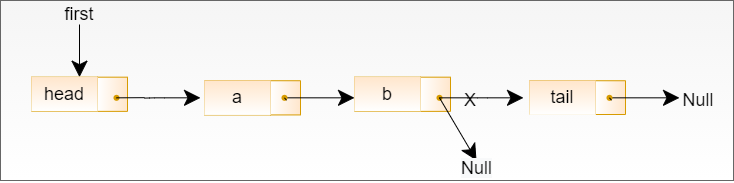
Earlier version of the draw.io export imgs/漫谈链表5.png (xlcoding/ImageHost). Source tidied: cells renumbered, new cells last; positions are measured from the earlier drawing's top-left corner, leaving out a move shared by most shapes. The source it was exported from:
```xml
<mxGraphModel>
  <root>
    <mxCell id="0" />
    <mxCell id="1" parent="0" />
    <mxCell id="2" style="rounded=0;whiteSpace=wrap;html=1;hachureGap=4;fillColor=#f5f5f5;strokeColor=#666666;fontColor=#333333;gradientColor=#ffffff;" parent="1" vertex="1">
      <mxGeometry width="733" height="180" as="geometry" />
    </mxCell>
    <mxCell id="3" style="shape=table;startSize=30;fontStyle=1;align=center;hachureGap=4;flipV=0;flipH=0;direction=south;fillColor=#ffe6cc;strokeColor=#d79b00;gradientColor=#ffffff;" parent="1" vertex="1">
      <mxGeometry x="31" y="76.7" width="96" height="34.2" as="geometry" />
    </mxCell>
    <mxCell id="4" style="shape=partialRectangle;html=1;whiteSpace=wrap;fillColor=#ffe6cc;top=0;left=0;bottom=0;right=0;flipV=0;flipH=0;strokeColor=#d79b00;gradientColor=#ffffff;" parent="3" vertex="1">
      <mxGeometry width="66" height="34" as="geometry" />
    </mxCell>
    <mxCell id="5" value="&lt;font style=&quot;font-size: 18px&quot;&gt;head&lt;/font&gt;" style="shape=partialRectangle;html=1;whiteSpace=wrap;fillColor=#ffe6cc;top=0;left=0;bottom=0;right=0;overflow=hidden;flipV=0;flipH=0;strokeColor=#d79b00;gradientColor=#ffffff;" parent="4" vertex="1">
      <mxGeometry width="66" height="34" as="geometry" />
    </mxCell>
    <mxCell id="6" style="shape=waypoint;sketch=0;fillStyle=solid;size=6;points=[];fillColor=#ffe6cc;perimeter=centerPerimeter;snapToPoint=1;hachureGap=4;strokeColor=#d79b00;gradientColor=#ffffff;" parent="1" vertex="1">
      <mxGeometry x="96" y="77.3" width="40" height="40" as="geometry" />
    </mxCell>
    <mxCell id="7" style="shape=waypoint;sketch=0;fillStyle=solid;size=6;fillColor=#ffe6cc;perimeter=centerPerimeter;hachureGap=4;strokeColor=#d79b00;gradientColor=#ffffff;" parent="1" vertex="1">
      <mxGeometry x="260" y="77.3" width="40" height="40" as="geometry" />
    </mxCell>
    <mxCell id="8" style="endArrow=classic;html=1;startSize=14;endSize=14;targetPerimeterSpacing=8;startArrow=none;" parent="1" edge="1">
      <mxGeometry relative="1" as="geometry">
        <mxPoint x="144" y="97.6" as="sourcePoint" />
        <mxPoint x="200" y="97.3" as="targetPoint" />
        <Array as="points">
          <mxPoint x="154" y="97.3" />
        </Array>
      </mxGeometry>
    </mxCell>
    <mxCell id="9" value="&lt;span style=&quot;font-size: 18px&quot;&gt;Null&lt;/span&gt;" style="text;html=1;strokeColor=none;fillColor=none;align=center;verticalAlign=middle;whiteSpace=wrap;rounded=0;hachureGap=4;" parent="1" vertex="1">
      <mxGeometry x="678" y="90.1" width="40" height="20" as="geometry" />
    </mxCell>
    <mxCell id="10" style="shape=table;startSize=30;fontStyle=1;align=center;hachureGap=4;flipV=0;flipH=0;direction=south;fillColor=#ffe6cc;strokeColor=#d79b00;gradientColor=#ffffff;" parent="1" vertex="1">
      <mxGeometry x="204" y="80.2" width="96" height="34.2" as="geometry" />
    </mxCell>
    <mxCell id="11" style="shape=partialRectangle;html=1;whiteSpace=wrap;fillColor=#ffe6cc;top=0;left=0;bottom=0;right=0;flipV=0;flipH=0;strokeColor=#d79b00;gradientColor=#ffffff;" parent="10" vertex="1">
      <mxGeometry width="66" height="34" as="geometry" />
    </mxCell>
    <mxCell id="12" value="&lt;font style=&quot;font-size: 18px&quot;&gt;a&lt;/font&gt;" style="shape=partialRectangle;html=1;whiteSpace=wrap;fillColor=#ffe6cc;top=0;left=0;bottom=0;right=0;overflow=hidden;flipV=0;flipH=0;strokeColor=#d79b00;gradientColor=#ffffff;" parent="11" vertex="1">
      <mxGeometry width="66" height="34" as="geometry" />
    </mxCell>
    <mxCell id="13" style="endArrow=classic;html=1;startSize=14;endSize=14;targetPerimeterSpacing=8;startArrow=none;" parent="1" edge="1" source="14">
      <mxGeometry relative="1" as="geometry">
        <mxPoint x="354" y="97.3" as="targetPoint" />
      </mxGeometry>
    </mxCell>
    <mxCell id="14" style="shape=waypoint;sketch=0;fillStyle=solid;size=6;points=[];fillColor=#ffe6cc;perimeter=centerPerimeter;snapToPoint=1;hachureGap=4;strokeColor=#d79b00;gradientColor=#ffffff;" parent="1" vertex="1">
      <mxGeometry x="264" y="77.3" width="40" height="40" as="geometry" />
    </mxCell>
    <mxCell id="15" style="endArrow=none;html=1;startSize=14;endSize=14;sourcePerimeterSpacing=8;" parent="1" edge="1" target="14">
      <mxGeometry relative="1" as="geometry">
        <mxPoint x="286" y="99.7" as="sourcePoint" />
      </mxGeometry>
    </mxCell>
    <mxCell id="16" style="shape=table;startSize=30;fontStyle=1;align=center;hachureGap=4;flipV=0;flipH=0;direction=south;fillColor=#ffe6cc;strokeColor=#d79b00;gradientColor=#ffffff;" parent="1" vertex="1">
      <mxGeometry x="354" y="76.7" width="96" height="34.2" as="geometry" />
    </mxCell>
    <mxCell id="17" style="shape=partialRectangle;html=1;whiteSpace=wrap;fillColor=#ffe6cc;top=0;left=0;bottom=0;right=0;flipV=0;flipH=0;strokeColor=#d79b00;gradientColor=#ffffff;" parent="16" vertex="1">
      <mxGeometry width="66" height="34" as="geometry" />
    </mxCell>
    <mxCell id="18" value="&lt;font style=&quot;font-size: 18px&quot;&gt;b&lt;/font&gt;" style="shape=partialRectangle;html=1;whiteSpace=wrap;fillColor=#ffe6cc;top=0;left=0;bottom=0;right=0;overflow=hidden;flipV=0;flipH=0;strokeColor=#d79b00;gradientColor=#ffffff;" parent="17" vertex="1">
      <mxGeometry width="66" height="34" as="geometry" />
    </mxCell>
    <mxCell id="19" style="shape=waypoint;sketch=0;fillStyle=solid;size=6;points=[];fillColor=#ffe6cc;perimeter=centerPerimeter;snapToPoint=1;hachureGap=4;strokeColor=#d79b00;gradientColor=#ffffff;" parent="1" vertex="1">
      <mxGeometry x="419" y="77.3" width="40" height="40" as="geometry" />
    </mxCell>
    <mxCell id="20" style="shape=waypoint;sketch=0;fillStyle=solid;size=6;fillColor=#ffe6cc;perimeter=centerPerimeter;hachureGap=4;strokeColor=#d79b00;gradientColor=#ffffff;" parent="1" vertex="1">
      <mxGeometry x="585" y="77.3" width="40" height="40" as="geometry" />
    </mxCell>
    <mxCell id="21" style="endArrow=classic;html=1;startSize=14;endSize=14;sourcePerimeterSpacing=8;targetPerimeterSpacing=8;" parent="1" edge="1" source="19">
      <mxGeometry relative="1" as="geometry">
        <mxPoint x="523" y="97.3" as="targetPoint" />
        <Array as="points">
          <mxPoint x="477" y="97.3" />
        </Array>
      </mxGeometry>
    </mxCell>
    <mxCell id="22" style="shape=table;startSize=30;fontStyle=1;align=center;hachureGap=4;flipV=0;flipH=0;direction=south;fillColor=#ffe6cc;strokeColor=#d79b00;gradientColor=#ffffff;" parent="1" vertex="1">
      <mxGeometry x="529" y="80.2" width="96" height="33.8" as="geometry" />
    </mxCell>
    <mxCell id="23" style="shape=partialRectangle;html=1;whiteSpace=wrap;fillColor=#ffe6cc;top=0;left=0;bottom=0;right=0;flipV=0;flipH=0;strokeColor=#d79b00;gradientColor=#ffffff;" parent="22" vertex="1">
      <mxGeometry width="66" height="34" as="geometry" />
    </mxCell>
    <mxCell id="24" value="&lt;font style=&quot;font-size: 18px&quot;&gt;tail&lt;/font&gt;" style="shape=partialRectangle;html=1;whiteSpace=wrap;fillColor=#ffe6cc;top=0;left=0;bottom=0;right=0;overflow=hidden;flipV=0;flipH=0;strokeColor=#d79b00;gradientColor=#ffffff;" parent="23" vertex="1">
      <mxGeometry width="66" height="34" as="geometry" />
    </mxCell>
    <mxCell id="25" style="endArrow=classic;html=1;startSize=14;endSize=14;targetPerimeterSpacing=8;startArrow=none;" parent="1" edge="1" source="26">
      <mxGeometry relative="1" as="geometry">
        <mxPoint x="679" y="97.3" as="targetPoint" />
      </mxGeometry>
    </mxCell>
    <mxCell id="26" style="shape=waypoint;sketch=0;fillStyle=solid;size=6;points=[];fillColor=#ffe6cc;perimeter=centerPerimeter;snapToPoint=1;hachureGap=4;strokeColor=#d79b00;gradientColor=#ffffff;" parent="1" vertex="1">
      <mxGeometry x="589" y="77.3" width="40" height="40" as="geometry" />
    </mxCell>
    <mxCell id="27" style="endArrow=none;html=1;startSize=14;endSize=14;sourcePerimeterSpacing=8;" parent="1" edge="1" target="26">
      <mxGeometry relative="1" as="geometry">
        <mxPoint x="611" y="99.7" as="sourcePoint" />
      </mxGeometry>
    </mxCell>
    <mxCell id="28" value="&lt;font style=&quot;font-size: 18px&quot;&gt;first&lt;/font&gt;" style="text;html=1;strokeColor=none;fillColor=none;align=center;verticalAlign=middle;whiteSpace=wrap;rounded=0;hachureGap=4;" parent="1" vertex="1">
      <mxGeometry x="59" y="4" width="40" height="20" as="geometry" />
    </mxCell>
    <mxCell id="29" style="endArrow=classic;html=1;startSize=14;endSize=14;sourcePerimeterSpacing=8;targetPerimeterSpacing=8;exitX=0.5;exitY=1;exitDx=0;exitDy=0;entryX=0;entryY=0.5;entryDx=0;entryDy=0;" parent="1" edge="1" source="28" target="3">
      <mxGeometry relative="1" as="geometry" />
    </mxCell>
    <mxCell id="30" style="endArrow=classic;html=1;startSize=14;endSize=14;sourcePerimeterSpacing=8;targetPerimeterSpacing=8;exitX=0.404;exitY=0.661;exitDx=0;exitDy=0;exitPerimeter=0;" parent="1" edge="1" source="19">
      <mxGeometry relative="1" as="geometry">
        <mxPoint x="476" y="160" as="targetPoint" />
      </mxGeometry>
    </mxCell>
    <mxCell id="31" style="endArrow=none;html=1;startSize=14;endSize=14;sourcePerimeterSpacing=8;" parent="1" edge="1" source="6">
      <mxGeometry relative="1" as="geometry">
        <mxPoint x="144" y="97.2" as="targetPoint" />
      </mxGeometry>
    </mxCell>
    <mxCell id="32" value="&lt;font style=&quot;font-size: 18px&quot;&gt;X&lt;/font&gt;" style="text;html=1;strokeColor=none;fillColor=none;align=center;verticalAlign=middle;whiteSpace=wrap;rounded=0;hachureGap=4;" parent="1" vertex="1">
      <mxGeometry x="450" y="90.1" width="40" height="19.9" as="geometry" />
    </mxCell>
    <mxCell id="33" value="&lt;span style=&quot;color: rgb(0, 0, 0); font-family: helvetica; font-size: 18px; font-style: normal; font-weight: 400; letter-spacing: normal; text-align: center; text-indent: 0px; text-transform: none; word-spacing: 0px; background-color: rgb(248, 249, 250); display: inline; float: none;&quot;&gt;Null&lt;/span&gt;" style="text;whiteSpace=wrap;html=1;" parent="1" vertex="1">
      <mxGeometry x="459" y="151" width="51" height="31" as="geometry" />
    </mxCell>
  </root>
</mxGraphModel>
```
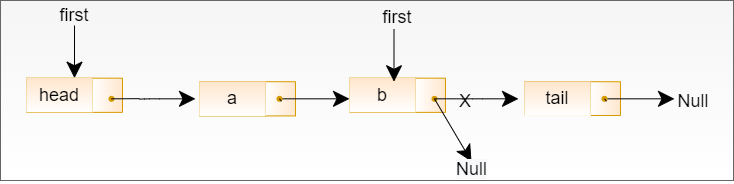
Above is the later version.

Commit message:
更新漫谈链表5.png

Change to the diagram source:
```diff
@@ -3,7 +3,7 @@
     <mxCell id="0" />
     <mxCell id="1" parent="0" />
     <mxCell id="2" style="rounded=0;whiteSpace=wrap;html=1;hachureGap=4;fillColor=#f5f5f5;strokeColor=#666666;fontColor=#333333;gradientColor=#ffffff;" parent="1" vertex="1">
-      <mxGeometry width="733" height="180" as="geometry" />
+      <mxGeometry x="5" y="-1" width="733" height="180" as="geometry" />
     </mxCell>
     <mxCell id="3" style="shape=table;startSize=30;fontStyle=1;align=center;hachureGap=4;flipV=0;flipH=0;direction=south;fillColor=#ffe6cc;strokeColor=#d79b00;gradientColor=#ffffff;" parent="1" vertex="1">
       <mxGeometry x="31" y="76.7" width="96" height="34.2" as="geometry" />
@@ -99,7 +99,7 @@
         <mxPoint x="611" y="99.7" as="sourcePoint" />
       </mxGeometry>
     </mxCell>
-    <mxCell id="28" value="&lt;font style=&quot;font-size: 18px&quot;&gt;first&lt;/font&gt;" style="text;html=1;strokeColor=none;fillColor=none;align=center;verticalAlign=middle;whiteSpace=wrap;rounded=0;hachureGap=4;" parent="1" vertex="1">
+    <mxCell id="28" value="&lt;span style=&quot;font-size: 18px&quot;&gt;first&lt;/span&gt;" style="text;html=1;strokeColor=none;fillColor=none;align=center;verticalAlign=middle;whiteSpace=wrap;rounded=0;hachureGap=4;" parent="1" vertex="1">
       <mxGeometry x="59" y="4" width="40" height="20" as="geometry" />
     </mxCell>
     <mxCell id="29" style="endArrow=classic;html=1;startSize=14;endSize=14;sourcePerimeterSpacing=8;targetPerimeterSpacing=8;exitX=0.5;exitY=1;exitDx=0;exitDy=0;entryX=0;entryY=0.5;entryDx=0;entryDy=0;" parent="1" edge="1" source="28" target="3">
@@ -121,5 +121,14 @@
     <mxCell id="33" value="&lt;span style=&quot;color: rgb(0, 0, 0); font-family: helvetica; font-size: 18px; font-style: normal; font-weight: 400; letter-spacing: normal; text-align: center; text-indent: 0px; text-transform: none; word-spacing: 0px; background-color: rgb(248, 249, 250); display: inline; float: none;&quot;&gt;Null&lt;/span&gt;" style="text;whiteSpace=wrap;html=1;" parent="1" vertex="1">
       <mxGeometry x="459" y="151" width="51" height="31" as="geometry" />
     </mxCell>
+    <mxCell id="34" value="&lt;span style=&quot;font-size: 18px&quot;&gt;first&lt;/span&gt;" style="text;html=1;strokeColor=none;fillColor=none;align=center;verticalAlign=middle;whiteSpace=wrap;rounded=0;hachureGap=4;" parent="1" vertex="1">
+      <mxGeometry x="382" y="6" width="40" height="20" as="geometry" />
+    </mxCell>
+    <mxCell id="35" style="endArrow=classic;html=1;startSize=14;endSize=14;sourcePerimeterSpacing=8;targetPerimeterSpacing=8;exitX=0.5;exitY=1;exitDx=0;exitDy=0;entryX=0;entryY=0.5;entryDx=0;entryDy=0;" parent="1" edge="1">
+      <mxGeometry relative="1" as="geometry">
+        <mxPoint x="398.5" y="27.6" as="sourcePoint" />
+        <mxPoint x="398.5" y="80.2" as="targetPoint" />
+      </mxGeometry>
+    </mxCell>
   </root>
 </mxGraphModel>
```
